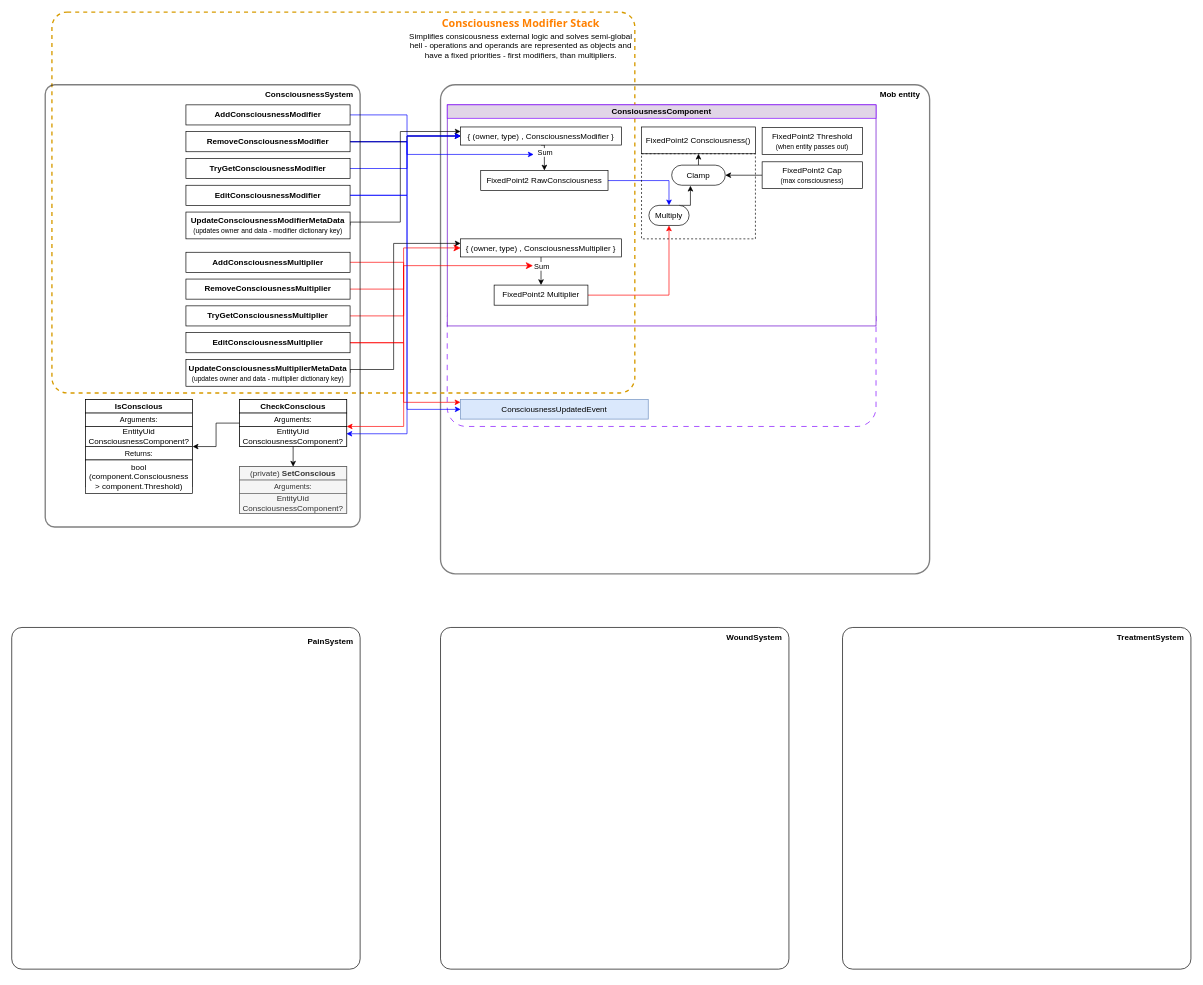
Above: Woundmed Architecture Diagram.drawio in TheArturZh/ss220-med-system-docs (draw.io), before the change. Source tidied: cells renumbered, new cells numbered last; positions are measured from the earlier drawing's top-left corner, leaving out a move shared by most shapes. Both pictures are drawn from the tidied source at 67%, with x=0, y=0 at pixel (11, 12).
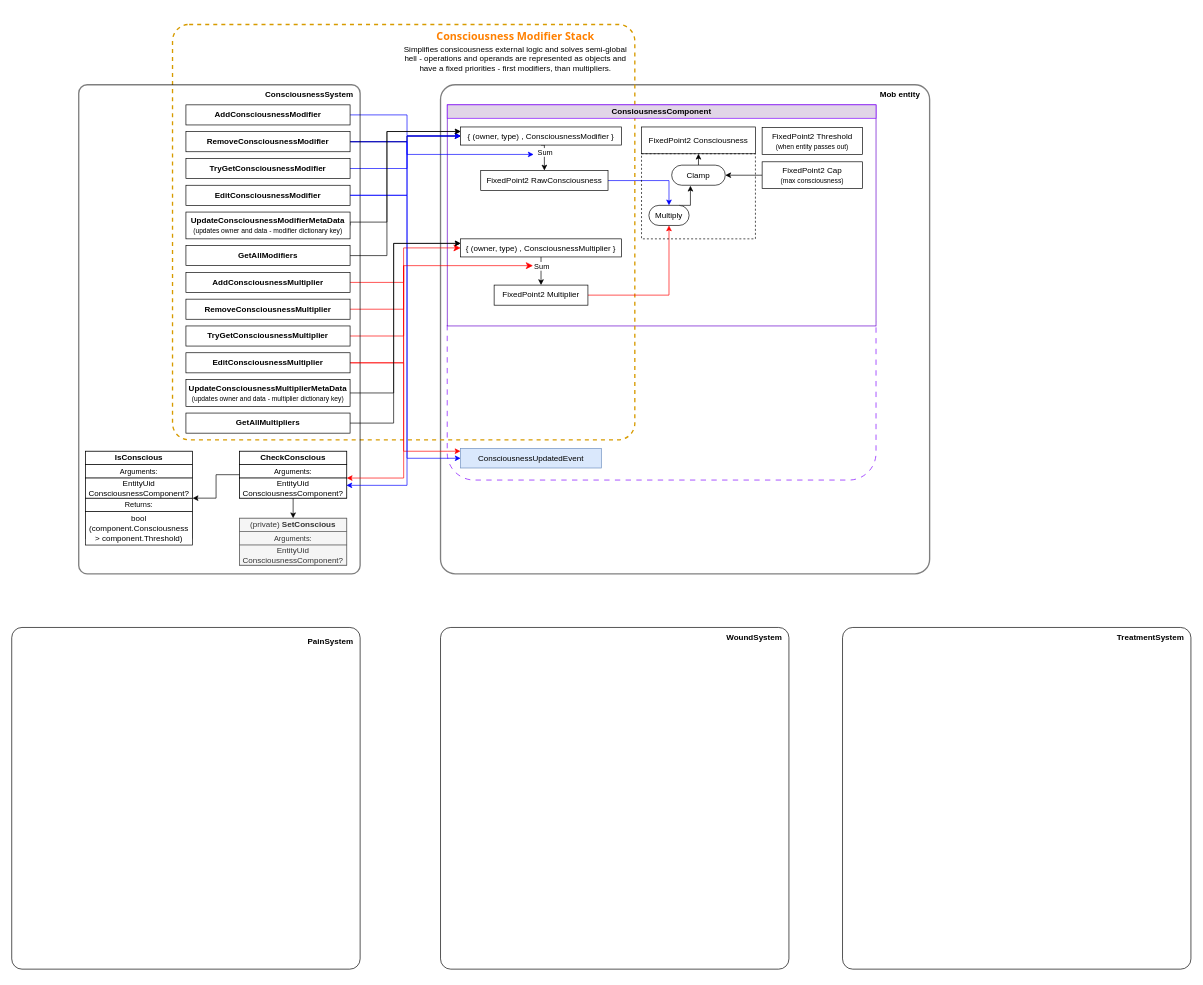
Above is the later version.

The change refers to these unchanged cells:
```xml
<mxCell id="19" value="{ (owner, type) , ConsciousnessModifier }" style="rounded=0;whiteSpace=wrap;html=1;" parent="1" vertex="1">
  <mxGeometry x="670" y="171" width="240" height="27" as="geometry" />
</mxCell>
<mxCell id="22" value="{ (owner, type) , ConsciousnessMultiplier }" style="rounded=0;whiteSpace=wrap;html=1;" parent="1" vertex="1">
  <mxGeometry x="670" y="338" width="240" height="27" as="geometry" />
</mxCell>
<mxCell id="41" style="shape=waypoint;sketch=0;fillStyle=solid;size=6;points=[];fillColor=none;perimeter=centerPerimeter;snapToPoint=1;opacity=0;" parent="1" vertex="1">
  <mxGeometry x="574.9" y="368" width="20" height="20" as="geometry" />
</mxCell>
<mxCell id="51" value="&lt;b&gt;RemoveConsciousnessModifier&lt;/b&gt;" style="rounded=0;whiteSpace=wrap;html=1;" parent="1" vertex="1">
  <mxGeometry x="260" y="178" width="245" height="30" as="geometry" />
</mxCell>
<mxCell id="53" value="&lt;b&gt;EditConsciousnessModifier&lt;/b&gt;" style="rounded=0;whiteSpace=wrap;html=1;" parent="1" vertex="1">
  <mxGeometry x="260" y="258" width="245" height="30" as="geometry" />
</mxCell>
<mxCell id="54" value="&lt;b&gt;UpdateConsciousnessModifierMetaData&lt;/b&gt;&lt;br&gt;&lt;font style=&quot;font-size: 10px;&quot;&gt;(updates owner and data - modifier dictionary key)&lt;/font&gt;" style="rounded=0;whiteSpace=wrap;html=1;" parent="1" vertex="1">
  <mxGeometry x="260" y="298" width="245" height="40" as="geometry" />
</mxCell>
<mxCell id="68" value="EntityUid&lt;br&gt;ConsciousnessComponent?" style="rounded=0;whiteSpace=wrap;html=1;" parent="62" vertex="1">
  <mxGeometry y="40" width="160" height="30" as="geometry" />
</mxCell>
<mxCell id="73" value="Arguments:" style="rounded=0;whiteSpace=wrap;html=1;fontSize=11;" parent="70" vertex="1">
  <mxGeometry y="20" width="160" height="20" as="geometry" />
</mxCell>
<mxCell id="74" value="EntityUid&lt;br&gt;ConsciousnessComponent?" style="rounded=0;whiteSpace=wrap;html=1;" parent="70" vertex="1">
  <mxGeometry y="40" width="160" height="30" as="geometry" />
</mxCell>
<mxCell id="82" style="group;" parent="1" vertex="1">
  <mxGeometry x="940" y="171" width="170" height="167" as="geometry" />
</mxCell>
```

What changed in the source:
```diff
@@
     <mxCell id="2" style="rounded=1;whiteSpace=wrap;html=1;strokeColor=#7F00FF;dashed=1;dashPattern=8 8;" parent="1" vertex="1">
-      <mxGeometry x="650" y="428" width="640" height="190" as="geometry" />
+      <mxGeometry x="650" y="428" width="640" height="270" as="geometry" />
     </mxCell>
@@
     <mxCell id="5" style="rounded=1;whiteSpace=wrap;html=1;fillColor=none;arcSize=4;dashed=1;strokeWidth=2;strokeColor=#d79b00;" parent="1" vertex="1">
-      <mxGeometry x="60" y="-0.5" width="870" height="568.5" as="geometry" />
+      <mxGeometry x="240" y="18" width="690" height="620" as="geometry" />
     </mxCell>
-    <mxCell id="6" style="edgeStyle=orthogonalEdgeStyle;rounded=0;jettySize=auto;html=1;exitX=1;exitY=0.5;exitDx=0;exitDy=0;entryX=0;entryY=0.5;entryDx=0;entryDy=0;strokeColor=#0000FF;" parent="1" edge="1" source="51" target="43">
+    <mxCell id="6" style="edgeStyle=orthogonalEdgeStyle;rounded=0;jettySize=auto;html=1;exitX=1;exitY=0.5;exitDx=0;exitDy=0;strokeColor=#0000FF;entryX=0;entryY=0.5;entryDx=0;entryDy=0;" parent="1" edge="1" source="51" target="43">
       <mxGeometry relative="1" as="geometry">
         <Array as="points">
           <mxPoint x="590" y="193" />
-          <mxPoint x="590" y="593" />
-          <mxPoint x="670" y="593" />
+          <mxPoint x="590" y="665" />
+          <mxPoint x="670" y="665" />
         </Array>
       </mxGeometry>
     </mxCell>
     <mxCell id="7" value="Consciousness Modifier Stack" style="text;html=1;strokeColor=none;fillColor=none;align=center;verticalAlign=top;whiteSpace=wrap;rounded=0;fontStyle=1;fontSize=16;fontColor=#FF8000;labelBorderColor=none;fontFamily=Tahoma;" parent="1" vertex="1">
-      <mxGeometry x="590" y="-0.5" width="339.9" height="32" as="geometry" />
+      <mxGeometry x="582" y="18.5" width="339.9" height="32" as="geometry" />
     </mxCell>
@@
     <mxCell id="34" style="edgeStyle=orthogonalEdgeStyle;rounded=0;jettySize=auto;html=1;exitX=1;exitY=0.5;exitDx=0;exitDy=0;endArrow=none;endFill=0;strokeColor=#FF0000;" parent="1" edge="1" source="55" target="41">
       <mxGeometry relative="1" as="geometry">
         <Array as="points">
-          <mxPoint x="585" y="373" />
+          <mxPoint x="585" y="403" />
         </Array>
       </mxGeometry>
     </mxCell>
@@
     <mxCell id="39" value="Simplifies consicousness external logic and solves semi-global hell - operations and operands are represented as objects and have a fixed priorities - first modifiers, than multipliers." style="text;strokeColor=none;align=center;fillColor=none;html=1;verticalAlign=middle;whiteSpace=wrap;rounded=0;" parent="1" vertex="1">
-      <mxGeometry x="590" y="31.5" width="340" height="37.5" as="geometry" />
+      <mxGeometry x="582" y="50.5" width="340" height="37.5" as="geometry" />
     </mxCell>
@@
     <mxCell id="43" value="ConsciousnessUpdatedEvent" style="rounded=0;whiteSpace=wrap;html=1;fillColor=#dae8fc;strokeColor=#6c8ebf;" parent="1" vertex="1">
-      <mxGeometry x="670" y="578" width="280" height="29" as="geometry" />
+      <mxGeometry x="670" y="651" width="210" height="29" as="geometry" />
     </mxCell>
     <mxCell id="44" style="endArrow=classic;html=1;rounded=0;edgeStyle=orthogonalEdgeStyle;strokeColor=#FF0000;entryX=-0.001;entryY=0.133;entryDx=0;entryDy=0;entryPerimeter=0;" parent="1" edge="1" source="41" target="43">
       <mxGeometry relative="1" as="geometry">
         <Array as="points">
-          <mxPoint x="585" y="582" />
-          <mxPoint x="650" y="582" />
+          <mxPoint x="585" y="655" />
+          <mxPoint x="650" y="655" />
         </Array>
       </mxGeometry>
     </mxCell>
     <mxCell id="45" style="endArrow=classic;html=1;rounded=0;exitX=1;exitY=0.5;exitDx=0;exitDy=0;entryX=0;entryY=0.25;entryDx=0;entryDy=0;edgeStyle=orthogonalEdgeStyle;" parent="1" edge="1" source="54" target="19">
       <mxGeometry relative="1" as="geometry">
         <Array as="points">
-          <mxPoint x="580" y="313" />
-          <mxPoint x="580" y="178" />
+          <mxPoint x="505" y="313" />
+          <mxPoint x="560" y="313" />
+          <mxPoint x="560" y="178" />
         </Array>
       </mxGeometry>
     </mxCell>
     <mxCell id="46" style="endArrow=classic;html=1;rounded=0;exitX=1;exitY=0.5;exitDx=0;exitDy=0;entryX=0;entryY=0.25;entryDx=0;entryDy=0;edgeStyle=orthogonalEdgeStyle;endFill=1;strokeWidth=1;" parent="1" edge="1" source="60" target="22">
       <mxGeometry relative="1" as="geometry">
         <Array as="points">
-          <mxPoint x="570" y="533" />
+          <mxPoint x="570" y="568" />
           <mxPoint x="570" y="345" />
         </Array>
       </mxGeometry>
     </mxCell>
     <mxCell id="47" style="rounded=1;whiteSpace=wrap;html=1;fillColor=none;arcSize=3;opacity=50;strokeWidth=2;" parent="1" vertex="1">
-      <mxGeometry x="50" y="108" width="470" height="660" as="geometry" />
+      <mxGeometry x="100" y="108" width="420" height="730" as="geometry" />
     </mxCell>
@@
     <mxCell id="52" style="edgeStyle=orthogonalEdgeStyle;rounded=0;jettySize=auto;html=1;exitX=1;exitY=0.5;exitDx=0;exitDy=0;entryX=0.997;entryY=0.363;entryDx=0;entryDy=0;strokeColor=#0000FF;entryPerimeter=0;" parent="1" edge="1" source="53" target="74">
       <mxGeometry relative="1" as="geometry">
         <Array as="points">
           <mxPoint x="590" y="273" />
-          <mxPoint x="590" y="628" />
-          <mxPoint x="499" y="628" />
+          <mxPoint x="590" y="706" />
+          <mxPoint x="499" y="706" />
         </Array>
       </mxGeometry>
     </mxCell>
@@
     <mxCell id="55" value="&lt;b&gt;AddConsciousnessMultiplier&lt;/b&gt;" style="rounded=0;whiteSpace=wrap;html=1;" parent="1" vertex="1">
-      <mxGeometry x="260" y="358" width="245" height="30" as="geometry" />
+      <mxGeometry x="260" y="388" width="245" height="30" as="geometry" />
     </mxCell>
     <mxCell id="56" value="&lt;b&gt;TryGetConsciousnessMultiplier&lt;/b&gt;" style="rounded=0;whiteSpace=wrap;html=1;" parent="1" vertex="1">
-      <mxGeometry x="260" y="438" width="245" height="30" as="geometry" />
+      <mxGeometry x="260" y="468" width="245" height="30" as="geometry" />
     </mxCell>
     <mxCell id="57" value="&lt;b&gt;RemoveConsciousnessMultiplier&lt;/b&gt;" style="rounded=0;whiteSpace=wrap;html=1;" parent="1" vertex="1">
-      <mxGeometry x="260" y="398" width="245" height="30" as="geometry" />
+      <mxGeometry x="260" y="428" width="245" height="30" as="geometry" />
     </mxCell>
     <mxCell id="58" style="edgeStyle=orthogonalEdgeStyle;rounded=0;jettySize=auto;html=1;exitX=1;exitY=0.5;exitDx=0;exitDy=0;entryX=1;entryY=1;entryDx=0;entryDy=0;strokeColor=#FF0000;" parent="1" edge="1" source="59" target="73">
       <mxGeometry relative="1" as="geometry">
         <Array as="points">
-          <mxPoint x="585" y="493" />
-          <mxPoint x="585" y="618" />
+          <mxPoint x="585" y="523" />
+          <mxPoint x="585" y="695" />
         </Array>
       </mxGeometry>
     </mxCell>
     <mxCell id="59" value="&lt;b&gt;EditConsciousnessMultiplier&lt;/b&gt;" style="rounded=0;whiteSpace=wrap;html=1;" parent="1" vertex="1">
-      <mxGeometry x="260" y="478" width="245" height="30" as="geometry" />
+      <mxGeometry x="260" y="508" width="245" height="30" as="geometry" />
     </mxCell>
     <mxCell id="60" value="&lt;b&gt;UpdateConsciousnessMultiplierMetaData&lt;br&gt;&lt;/b&gt;&lt;font style=&quot;font-size: 10px;&quot;&gt;(updates owner and data - multiplier dictionary key)&lt;/font&gt;&lt;b&gt;&lt;br&gt;&lt;/b&gt;" style="rounded=0;whiteSpace=wrap;html=1;" parent="1" vertex="1">
-      <mxGeometry x="260" y="518" width="245" height="40" as="geometry" />
+      <mxGeometry x="260" y="548" width="245" height="40" as="geometry" />
     </mxCell>
@@
     <mxCell id="62" style="group;" parent="1" vertex="1">
-      <mxGeometry x="110" y="578" width="160" height="140" as="geometry" />
+      <mxGeometry x="110" y="655" width="160" height="140" as="geometry" />
     </mxCell>
@@
     <mxCell id="70" style="group;" parent="1" vertex="1">
-      <mxGeometry x="340" y="578" width="160" height="140" as="geometry" />
+      <mxGeometry x="340" y="655" width="160" height="140" as="geometry" />
     </mxCell>
@@
     <mxCell id="75" style="edgeStyle=orthogonalEdgeStyle;rounded=0;jettySize=auto;html=1;exitX=0;exitY=0.75;exitDx=0;exitDy=0;entryX=1;entryY=1;entryDx=0;entryDy=0;" parent="1" edge="1" source="73" target="68">
       <mxGeometry relative="1" as="geometry">
         <Array as="points">
-          <mxPoint x="305" y="613" />
-          <mxPoint x="305" y="648" />
+          <mxPoint x="305" y="690" />
+          <mxPoint x="305" y="725" />
         </Array>
       </mxGeometry>
     </mxCell>
     <mxCell id="76" style="group;" parent="1" vertex="1">
-      <mxGeometry x="340" y="678" width="160" height="140" as="geometry" />
+      <mxGeometry x="340" y="755" width="160" height="140" as="geometry" />
     </mxCell>
@@
-    <mxCell id="83" value="FixedPoint2 Consciousness()" style="rounded=0;whiteSpace=wrap;html=1;" parent="82" vertex="1">
+    <mxCell id="83" value="FixedPoint2 Consciousness" style="rounded=0;whiteSpace=wrap;html=1;" parent="82" vertex="1">
       <mxGeometry width="170" height="40" as="geometry" />
     </mxCell>
@@
+    <mxCell id="89" style="edgeStyle=orthogonalEdgeStyle;rounded=0;jettySize=auto;html=1;exitX=1;exitY=0.5;exitDx=0;exitDy=0;entryX=0;entryY=0.25;entryDx=0;entryDy=0;" parent="1" edge="1" source="90" target="19">
+      <mxGeometry relative="1" as="geometry">
+        <Array as="points">
+          <mxPoint x="560" y="363" />
+          <mxPoint x="560" y="178" />
+        </Array>
+      </mxGeometry>
+    </mxCell>
+    <mxCell id="90" value="&lt;b&gt;GetAllModifiers&lt;/b&gt;" style="rounded=0;whiteSpace=wrap;html=1;" parent="1" vertex="1">
+      <mxGeometry x="260" y="348" width="245" height="30" as="geometry" />
+    </mxCell>
+    <mxCell id="91" style="edgeStyle=orthogonalEdgeStyle;rounded=0;jettySize=auto;html=1;exitX=1;exitY=0.5;exitDx=0;exitDy=0;entryX=0;entryY=0.25;entryDx=0;entryDy=0;" parent="1" edge="1" source="92" target="22">
+      <mxGeometry relative="1" as="geometry">
+        <Array as="points">
+          <mxPoint x="570" y="613" />
+          <mxPoint x="570" y="345" />
+        </Array>
+      </mxGeometry>
+    </mxCell>
+    <mxCell id="92" value="&lt;b&gt;GetAllMultipliers&lt;/b&gt;" style="rounded=0;whiteSpace=wrap;html=1;" parent="1" vertex="1">
+      <mxGeometry x="260" y="598" width="245" height="30" as="geometry" />
+    </mxCell>
```
